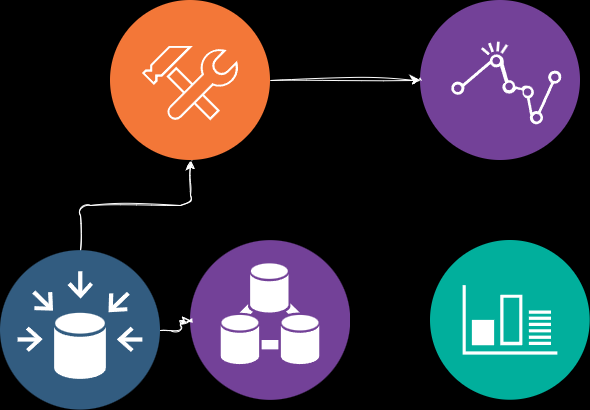
The draw.io diagram BI/Project_BI/Diagrams/BI_DataArch.png in vmbayona/Ares, before a commit. Source tidied: cells renumbered, new cells last; positions are measured from the earlier drawing's top-left corner, leaving out a move shared by most shapes.
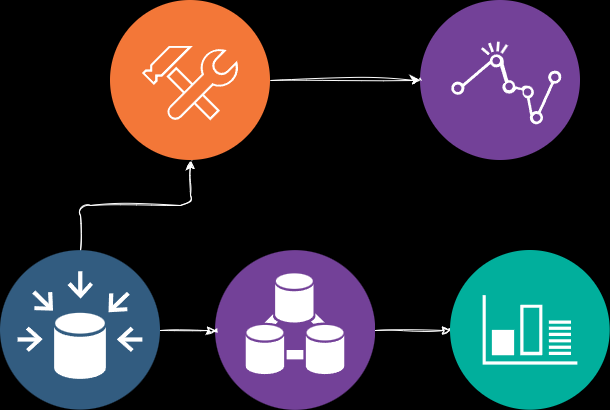
The same file after the commit.

Change to the diagram source:
```diff
@@ -2,8 +2,11 @@
   <root>
     <mxCell id="0" />
     <mxCell id="1" parent="0" />
+    <mxCell id="10" style="edgeStyle=orthogonalEdgeStyle;rounded=1;sketch=1;hachureGap=4;jiggle=2;curveFitting=1;jettySize=auto;html=1;fontFamily=Architects Daughter;fontSource=https%3A%2F%2Ffonts.googleapis.com%2Fcss%3Ffamily%3DArchitects%2BDaughter;fontSize=16;strokeColor=#FFFFFF;" parent="1" edge="1" source="2" target="7">
+      <mxGeometry relative="1" as="geometry" />
+    </mxCell>
     <mxCell id="2" style="image;perimeter=ellipsePerimeter;html=1;align=center;shadow=0;dashed=0;fontColor=#4277BB;labelBackgroundColor=default;fontSize=12;spacingTop=3;image=img/lib/ibm/analytics/data_integration.svg;sketch=1;curveFitting=1;jiggle=2;rounded=1;" parent="1" vertex="1">
-      <mxGeometry x="190" y="240" width="160" height="160" as="geometry" />
+      <mxGeometry x="215" y="250" width="160" height="160" as="geometry" />
     </mxCell>
     <mxCell id="3" style="image;perimeter=ellipsePerimeter;html=1;align=center;shadow=0;dashed=0;fontColor=#4277BB;labelBackgroundColor=default;fontSize=12;spacingTop=3;image=img/lib/ibm/analytics/analytics.svg;sketch=1;curveFitting=1;jiggle=2;rounded=1;" parent="1" vertex="1">
       <mxGeometry x="420" width="160" height="160" as="geometry" />
@@ -18,7 +21,7 @@
       <mxGeometry y="250" width="160" height="160" as="geometry" />
     </mxCell>
     <mxCell id="7" style="image;perimeter=ellipsePerimeter;html=1;align=center;shadow=0;dashed=0;fontColor=#4277BB;labelBackgroundColor=default;fontSize=12;spacingTop=3;image=img/lib/ibm/management/monitoring_metrics.svg;sketch=1;curveFitting=1;jiggle=2;rounded=1;" parent="1" vertex="1">
-      <mxGeometry x="430" y="240" width="160" height="160" as="geometry" />
+      <mxGeometry x="450" y="250" width="160" height="160" as="geometry" />
     </mxCell>
     <mxCell id="8" style="edgeStyle=orthogonalEdgeStyle;rounded=1;sketch=1;hachureGap=4;jiggle=2;curveFitting=1;jettySize=auto;html=1;entryX=0;entryY=0.5;entryDx=0;entryDy=0;fontFamily=Architects Daughter;fontSource=https%3A%2F%2Ffonts.googleapis.com%2Fcss%3Ffamily%3DArchitects%2BDaughter;fontSize=16;strokeColor=#FFFFFF;" parent="1" edge="1" source="9" target="3">
       <mxGeometry relative="1" as="geometry" />
```
